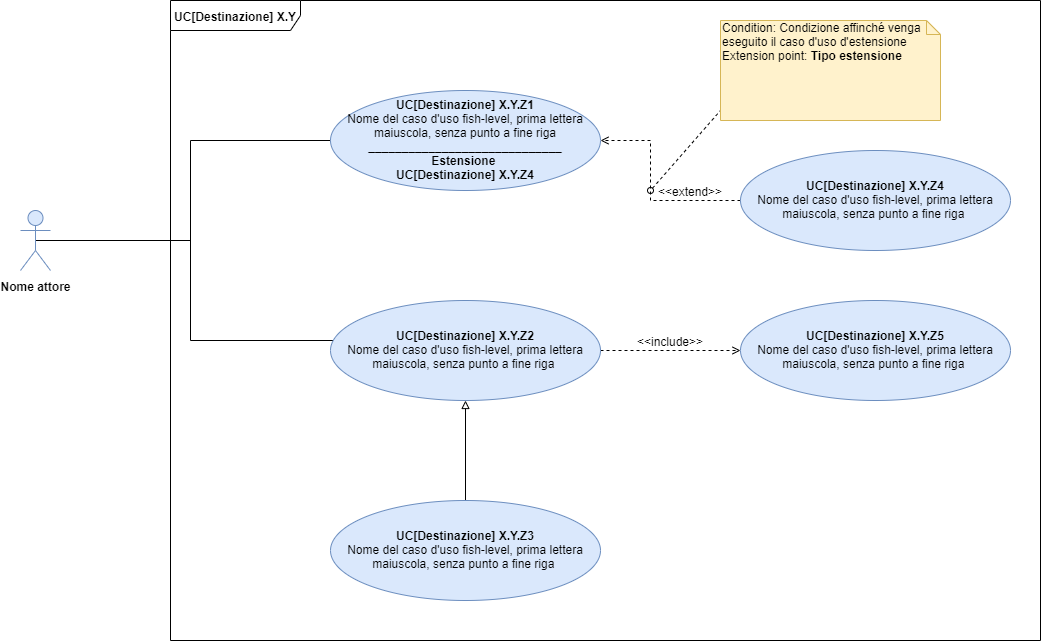
Above: DocumentazioneInterna/NormeProgetto/Immagini/TemplateSchemaUseCase.png in qb-team/Stalker-Documentazione (draw.io), before the change. Source tidied: cells renumbered, new cells last; positions are measured from the earlier drawing's top-left corner, leaving out a move shared by most shapes.
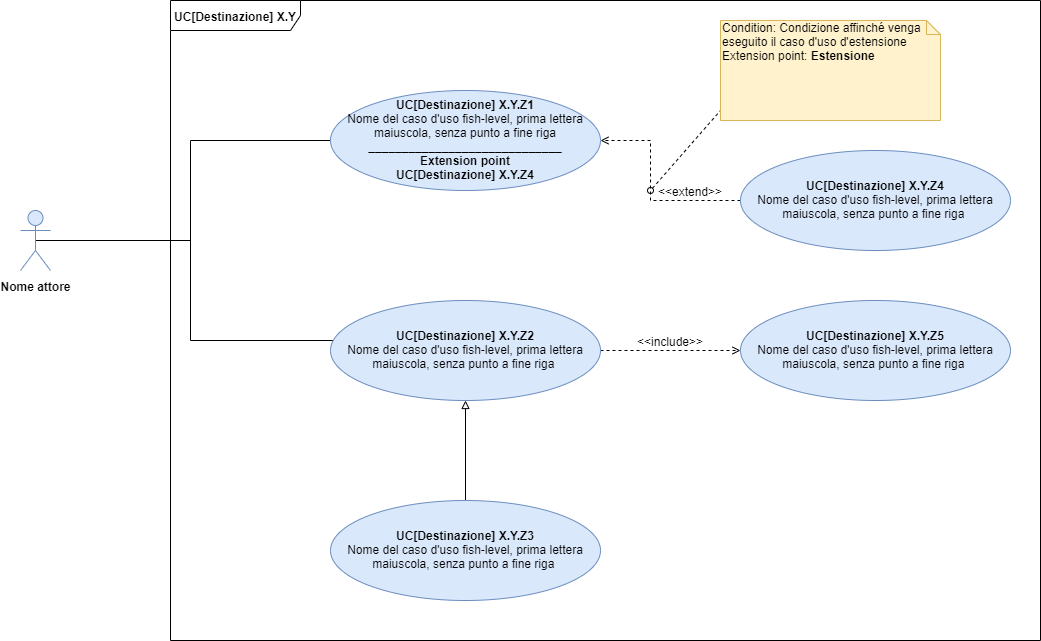
Above is the later version.

The edit, as a diff of the source:
```diff
@@ -21,7 +21,7 @@
         <mxPoint x="170" y="250" as="targetPoint" />
       </mxGeometry>
     </mxCell>
-    <mxCell id="6" value="&lt;b&gt;UC[Destinazione] X.Y.Z1&lt;/b&gt;&lt;br&gt;&lt;span style=&quot;text-align: left ; white-space: nowrap&quot;&gt;Nome&amp;nbsp;del&amp;nbsp;caso&amp;nbsp;d'uso&amp;nbsp;fish-level,&amp;nbsp;prima&amp;nbsp;lettera&lt;br&gt;maiuscola,&amp;nbsp;senza&amp;nbsp;punto&amp;nbsp;a&amp;nbsp;fine&amp;nbsp;riga&lt;br&gt;&lt;/span&gt;&lt;b&gt;_____________________________&lt;/b&gt;&lt;br&gt;&lt;b&gt;Estensione&amp;nbsp;&lt;br&gt;UC[Destinazione] X.Y.Z4&lt;/b&gt;" style="ellipse;whiteSpace=wrap;html=1;fillColor=#dae8fc;strokeColor=#6c8ebf;" parent="1" vertex="1">
+    <mxCell id="6" value="&lt;b&gt;UC[Destinazione] X.Y.Z1&lt;/b&gt;&lt;br&gt;&lt;span style=&quot;text-align: left ; white-space: nowrap&quot;&gt;Nome&amp;nbsp;del&amp;nbsp;caso&amp;nbsp;d'uso&amp;nbsp;fish-level,&amp;nbsp;prima&amp;nbsp;lettera&lt;br&gt;maiuscola,&amp;nbsp;senza&amp;nbsp;punto&amp;nbsp;a&amp;nbsp;fine&amp;nbsp;riga&lt;br&gt;&lt;/span&gt;&lt;b&gt;_____________________________&lt;br&gt;Extension point&lt;br&gt;&lt;/b&gt;&lt;b&gt;UC[Destinazione] X.Y.Z4&lt;/b&gt;&lt;b&gt;&lt;br&gt;&lt;/b&gt;" style="ellipse;whiteSpace=wrap;html=1;fillColor=#dae8fc;strokeColor=#6c8ebf;" parent="1" vertex="1">
       <mxGeometry x="310" y="90" width="270" height="100" as="geometry" />
     </mxCell>
     <mxCell id="7" style="edgeStyle=orthogonalEdgeStyle;rounded=0;jettySize=auto;html=1;exitX=1;exitY=0.5;exitDx=0;exitDy=0;entryX=0;entryY=0.5;entryDx=0;entryDy=0;dashed=1;startArrow=none;startFill=0;endArrow=open;endFill=0;" parent="1" edge="1" source="8" target="12">
@@ -56,7 +56,7 @@
         <mxPoint x="700" y="110" as="targetPoint" />
       </mxGeometry>
     </mxCell>
-    <mxCell id="15" value="Condition: Condizione affinché venga eseguito il caso d'uso d'estensione&lt;br&gt;Extension point: &lt;b&gt;Tipo estensione&lt;/b&gt;" style="shape=note;whiteSpace=wrap;html=1;size=14;verticalAlign=top;align=left;spacingTop=-6;fillColor=#fff2cc;strokeColor=#d6b656;" parent="1" vertex="1">
+    <mxCell id="15" value="Condition: Condizione affinché venga eseguito il caso d'uso d'estensione&lt;br&gt;Extension point: &lt;b&gt;Estensione&lt;/b&gt;" style="shape=note;whiteSpace=wrap;html=1;size=14;verticalAlign=top;align=left;spacingTop=-6;fillColor=#fff2cc;strokeColor=#d6b656;" parent="1" vertex="1">
       <mxGeometry x="700" y="20" width="220" height="100" as="geometry" />
     </mxCell>
     <mxCell id="16" style="edgeStyle=orthogonalEdgeStyle;rounded=0;jettySize=auto;html=1;exitX=0.5;exitY=0;exitDx=0;exitDy=0;startArrow=none;startFill=0;endArrow=block;endFill=0;" parent="1" edge="1" source="17" target="8">
```
